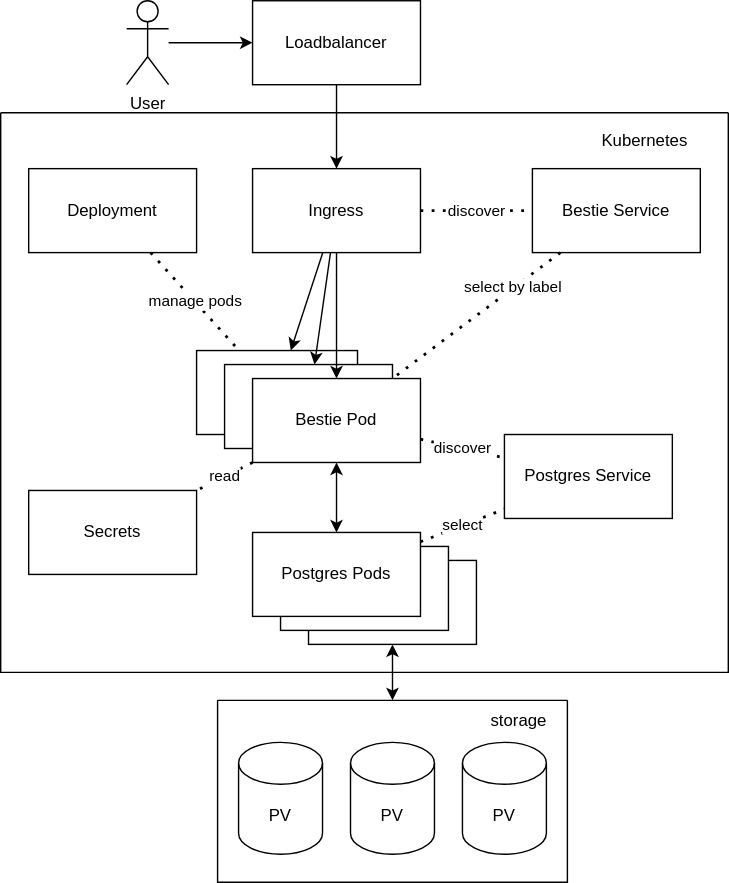
opdev/l5-operator-demo keeps this draw.io diagram as bestie_k8s.drawio.svg. Above is the earlier version. Source tidied: cells renumbered, new cells last; positions are measured from the earlier drawing's top-left corner, leaving out a move shared by most shapes. Source of this version:
```xml
<mxGraphModel>
  <root>
    <mxCell id="0" />
    <mxCell id="1" parent="0" />
    <mxCell id="2" style="swimlane;startSize=0;" parent="1" vertex="1">
      <mxGeometry y="80" width="520" height="400" as="geometry" />
    </mxCell>
    <mxCell id="3" value="Kubernetes" style="text;html=1;align=center;verticalAlign=middle;strokeColor=none;fillColor=none;" parent="2" vertex="1">
      <mxGeometry x="420" y="10" width="80" height="20" as="geometry" />
    </mxCell>
    <mxCell id="4" value="Bestie Pod" style="rounded=0;whiteSpace=wrap;html=1;" parent="2" vertex="1">
      <mxGeometry x="140" y="170" width="115" height="60" as="geometry" />
    </mxCell>
    <mxCell id="5" value="Bestie Pod" style="rounded=0;whiteSpace=wrap;html=1;" parent="2" vertex="1">
      <mxGeometry x="160" y="180" width="120" height="60" as="geometry" />
    </mxCell>
    <mxCell id="6" value="Bestie Pod" style="rounded=0;whiteSpace=wrap;html=1;" parent="2" vertex="1">
      <mxGeometry x="180" y="190" width="120" height="60" as="geometry" />
    </mxCell>
    <mxCell id="7" value="manage pods" style="endArrow=none;dashed=1;html=1;dashPattern=1 3;strokeWidth=2;rounded=0;" parent="2" edge="1" source="16" target="4">
      <mxGeometry relative="1" as="geometry" />
    </mxCell>
    <mxCell id="8" value="Ingress" style="rounded=0;whiteSpace=wrap;html=1;" parent="2" vertex="1">
      <mxGeometry x="180" y="40" width="120" height="60" as="geometry" />
    </mxCell>
    <mxCell id="9" style="endArrow=classic;html=1;rounded=0;" parent="2" edge="1" source="8" target="4">
      <mxGeometry relative="1" as="geometry" />
    </mxCell>
    <mxCell id="10" style="endArrow=classic;html=1;rounded=0;" parent="2" edge="1" source="8" target="5">
      <mxGeometry relative="1" as="geometry" />
    </mxCell>
    <mxCell id="11" style="endArrow=classic;html=1;rounded=0;" parent="2" edge="1" source="8" target="6">
      <mxGeometry relative="1" as="geometry" />
    </mxCell>
    <mxCell id="12" value="Bestie Service" style="rounded=0;whiteSpace=wrap;html=1;" parent="2" vertex="1">
      <mxGeometry x="380" y="40" width="120" height="60" as="geometry" />
    </mxCell>
    <mxCell id="13" style="endArrow=none;dashed=1;html=1;dashPattern=1 3;strokeWidth=2;rounded=0;" parent="2" edge="1" source="12" target="6">
      <mxGeometry relative="1" as="geometry" />
    </mxCell>
    <mxCell id="14" value="select by label" style="edgeLabel;html=1;align=center;verticalAlign=middle;" parent="13" vertex="1">
      <mxGeometry x="-0.45" y="-1" relative="1" as="geometry" />
    </mxCell>
    <mxCell id="15" value="discover" style="endArrow=none;dashed=1;html=1;dashPattern=1 3;strokeWidth=2;rounded=0;" parent="2" edge="1" source="8" target="12">
      <mxGeometry relative="1" as="geometry" />
    </mxCell>
    <mxCell id="16" value="Deployment" style="rounded=0;whiteSpace=wrap;html=1;" parent="2" vertex="1">
      <mxGeometry x="20" y="40" width="120" height="60" as="geometry" />
    </mxCell>
    <mxCell id="17" value="Postgres Service" style="rounded=0;whiteSpace=wrap;html=1;" parent="2" vertex="1">
      <mxGeometry x="360" y="230" width="120" height="60" as="geometry" />
    </mxCell>
    <mxCell id="18" style="rounded=0;whiteSpace=wrap;html=1;" parent="2" vertex="1">
      <mxGeometry x="220" y="320" width="120" height="60" as="geometry" />
    </mxCell>
    <mxCell id="19" style="rounded=0;whiteSpace=wrap;html=1;" parent="2" vertex="1">
      <mxGeometry x="200" y="310" width="120" height="60" as="geometry" />
    </mxCell>
    <mxCell id="20" value="Postgres Pods" style="rounded=0;whiteSpace=wrap;html=1;" parent="2" vertex="1">
      <mxGeometry x="180" y="300" width="120" height="60" as="geometry" />
    </mxCell>
    <mxCell id="21" style="endArrow=classic;startArrow=classic;html=1;rounded=0;" parent="2" edge="1" source="6" target="20">
      <mxGeometry relative="1" as="geometry" />
    </mxCell>
    <mxCell id="22" style="endArrow=classic;startArrow=classic;html=1;rounded=0;" parent="2" edge="1" source="23" target="18">
      <mxGeometry relative="1" as="geometry" />
    </mxCell>
    <mxCell id="23" style="swimlane;startSize=0;" parent="2" vertex="1">
      <mxGeometry x="155" y="420" width="250" height="130" as="geometry" />
    </mxCell>
    <mxCell id="24" value="storage" style="text;html=1;align=center;verticalAlign=middle;strokeColor=none;fillColor=none;" parent="23" vertex="1">
      <mxGeometry x="185" y="5" width="60" height="20" as="geometry" />
    </mxCell>
    <mxCell id="25" value="PV" style="shape=cylinder3;whiteSpace=wrap;html=1;boundedLbl=1;backgroundOutline=1;size=15;" parent="23" vertex="1">
      <mxGeometry x="175" y="30" width="60" height="80" as="geometry" />
    </mxCell>
    <mxCell id="26" value="PV" style="shape=cylinder3;whiteSpace=wrap;html=1;boundedLbl=1;backgroundOutline=1;size=15;" parent="23" vertex="1">
      <mxGeometry x="95" y="30" width="60" height="80" as="geometry" />
    </mxCell>
    <mxCell id="27" value="PV" style="shape=cylinder3;whiteSpace=wrap;html=1;boundedLbl=1;backgroundOutline=1;size=15;" parent="23" vertex="1">
      <mxGeometry x="15" y="30" width="60" height="80" as="geometry" />
    </mxCell>
    <mxCell id="28" value="discover" style="endArrow=none;dashed=1;html=1;dashPattern=1 3;strokeWidth=2;rounded=0;" parent="2" edge="1" source="6" target="17">
      <mxGeometry relative="1" as="geometry" />
    </mxCell>
    <mxCell id="29" value="select" style="endArrow=none;dashed=1;html=1;dashPattern=1 3;strokeWidth=2;rounded=0;" parent="2" edge="1" source="20" target="17">
      <mxGeometry relative="1" as="geometry" />
    </mxCell>
    <mxCell id="30" value="Secrets" style="rounded=0;whiteSpace=wrap;html=1;" parent="2" vertex="1">
      <mxGeometry x="20" y="270" width="120" height="60" as="geometry" />
    </mxCell>
    <mxCell id="31" value="read" style="endArrow=none;dashed=1;html=1;dashPattern=1 3;strokeWidth=2;rounded=0;" parent="2" edge="1" source="6" target="30">
      <mxGeometry relative="1" as="geometry" />
    </mxCell>
    <mxCell id="32" value="User" style="shape=umlActor;verticalLabelPosition=bottom;verticalAlign=top;html=1;outlineConnect=0;" parent="1" vertex="1">
      <mxGeometry x="90" width="30" height="60" as="geometry" />
    </mxCell>
    <mxCell id="33" style="endArrow=classic;html=1;rounded=0;" parent="1" edge="1" source="32" target="34">
      <mxGeometry relative="1" as="geometry" />
    </mxCell>
    <mxCell id="34" value="Loadbalancer" style="rounded=0;whiteSpace=wrap;html=1;" parent="1" vertex="1">
      <mxGeometry x="180" width="120" height="60" as="geometry" />
    </mxCell>
    <mxCell id="35" style="endArrow=classic;html=1;rounded=0;" parent="1" edge="1" source="34" target="8">
      <mxGeometry relative="1" as="geometry" />
    </mxCell>
  </root>
</mxGraphModel>
```
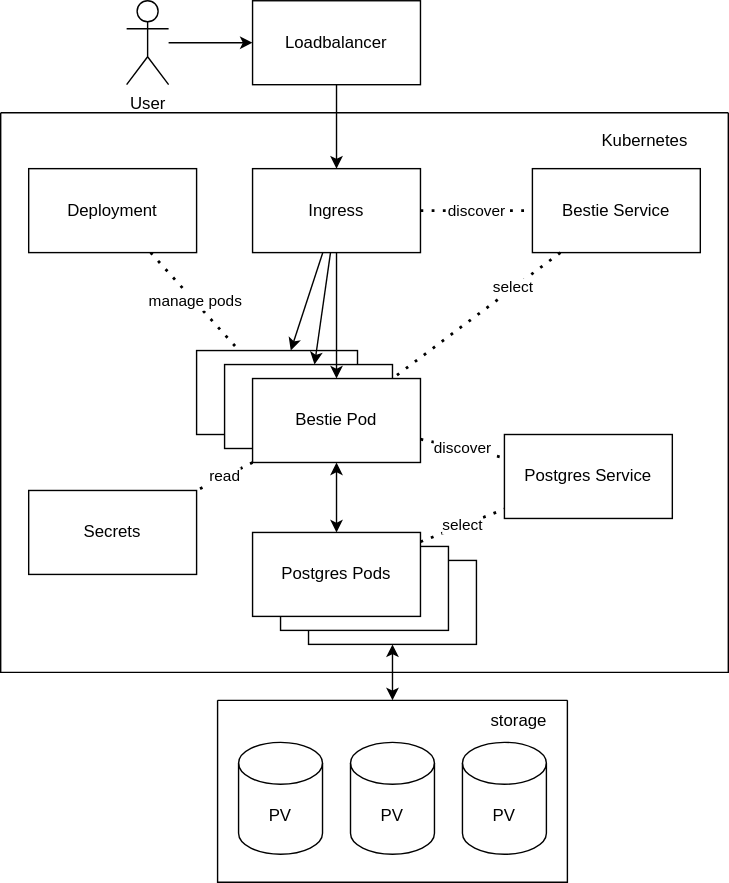
After the change.

What changed in the source:
```diff
@@ -38,7 +38,7 @@
     <mxCell id="13" style="endArrow=none;dashed=1;html=1;dashPattern=1 3;strokeWidth=2;rounded=0;" parent="2" edge="1" source="12" target="6">
       <mxGeometry relative="1" as="geometry" />
     </mxCell>
-    <mxCell id="14" value="select by label" style="edgeLabel;html=1;align=center;verticalAlign=middle;" parent="13" vertex="1">
+    <mxCell id="14" value="select" style="edgeLabel;html=1;align=center;verticalAlign=middle;" parent="13" vertex="1">
       <mxGeometry x="-0.45" y="-1" relative="1" as="geometry" />
     </mxCell>
     <mxCell id="15" value="discover" style="endArrow=none;dashed=1;html=1;dashPattern=1 3;strokeWidth=2;rounded=0;" parent="2" edge="1" source="8" target="12">
```
